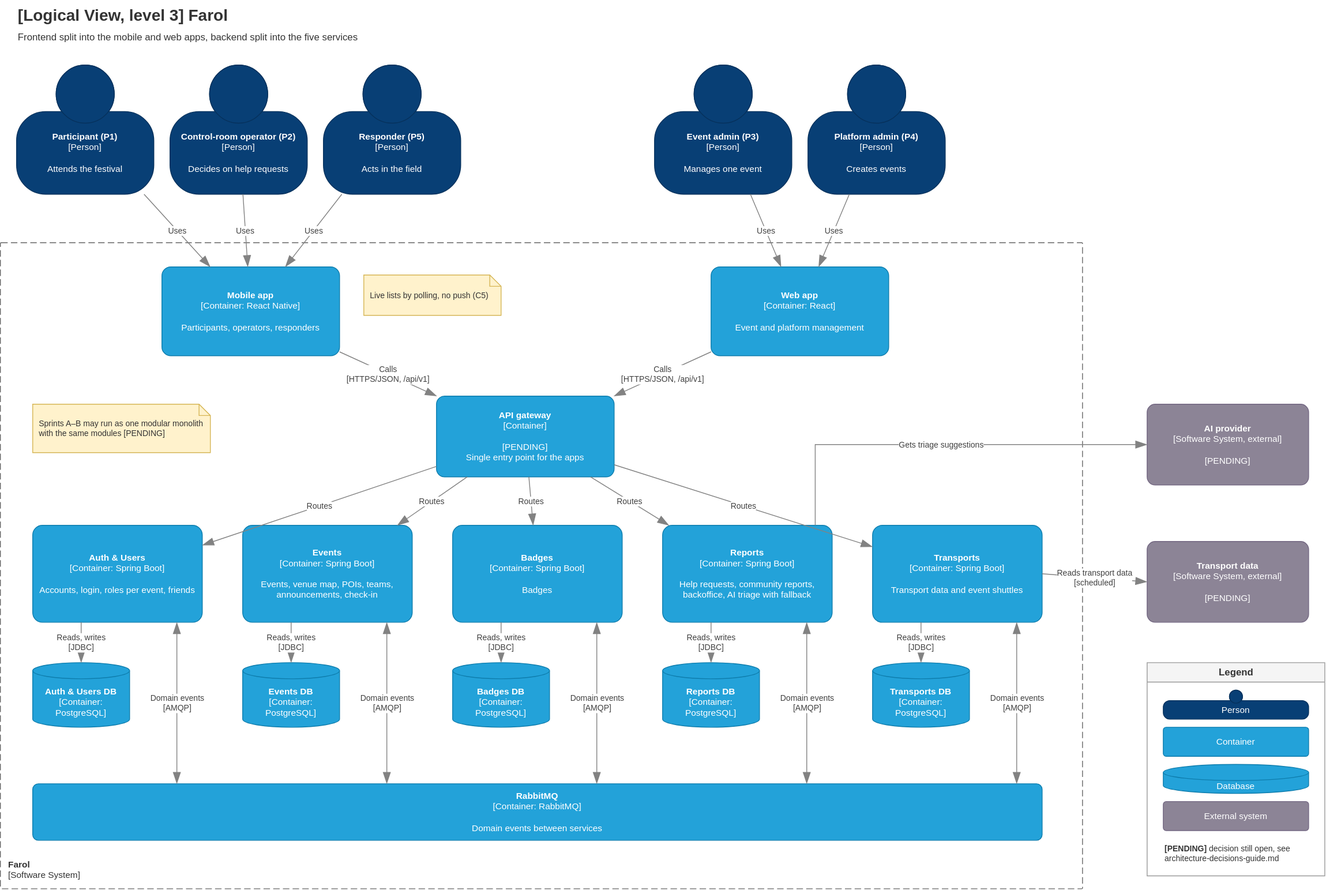
tomasoliveira21/LABDSOF keeps this draw.io diagram as Docs/Technical/diagrams/logical-view-level-3.drawio.svg. Above is the earlier version. Source tidied: cells renumbered, new cells last; positions are measured from the earlier drawing's top-left corner, leaving out a move shared by most shapes.
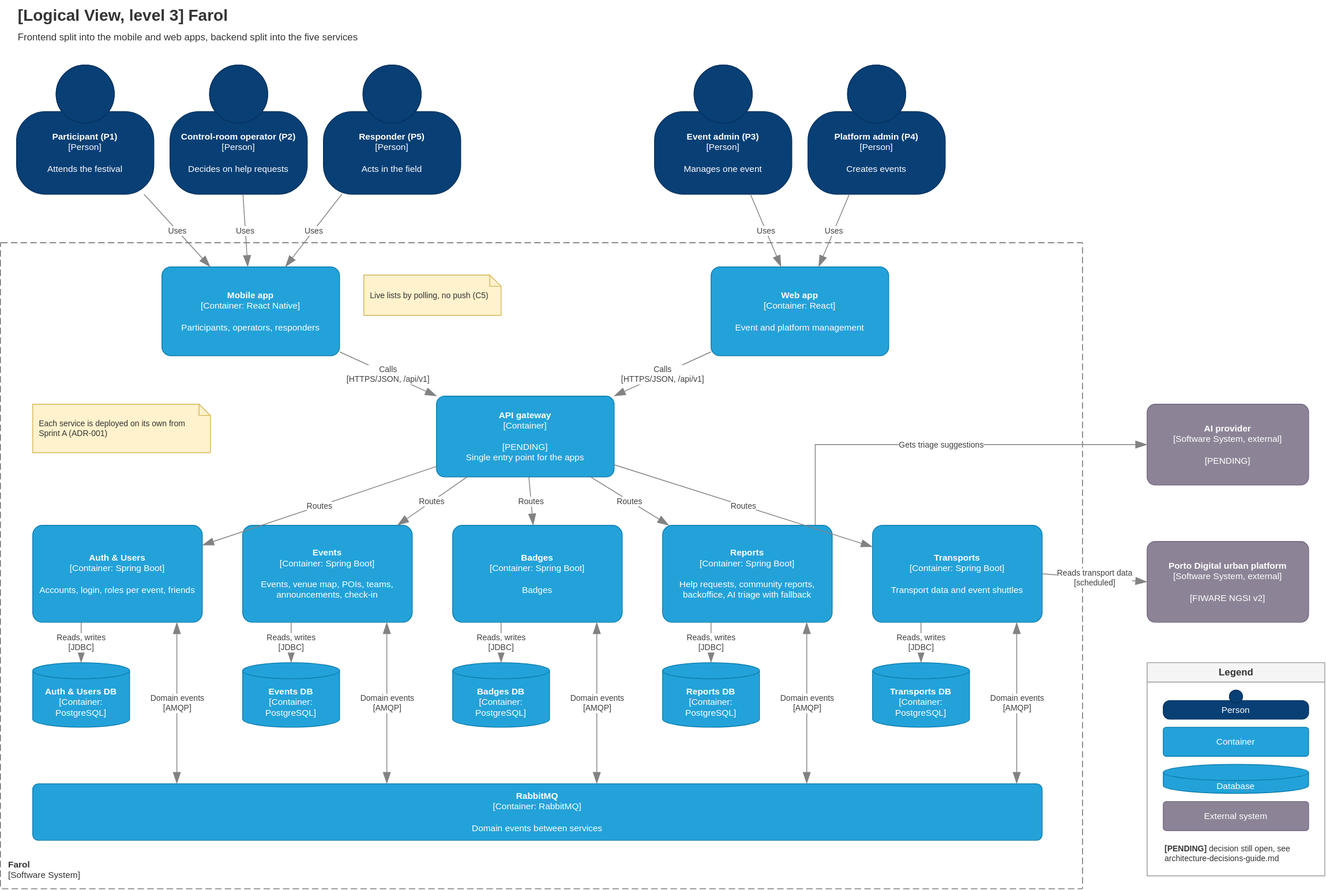
The same diagram one commit later.

The edit, as a diff of the source:
```diff
@@ -68,7 +68,7 @@
     <mxCell id="23" value="&lt;b&gt;AI provider&lt;/b&gt;&lt;div&gt;[Software System, external]&lt;/div&gt;&lt;br&gt;&lt;div&gt;[PENDING]&lt;/div&gt;" style="rounded=1;whiteSpace=wrap;html=1;fillColor=#8C8496;fontColor=#ffffff;arcSize=10;strokeColor=#736782;fontSize=11;" parent="1" vertex="1">
       <mxGeometry x="1420" y="500" width="200" height="100" as="geometry" />
     </mxCell>
-    <mxCell id="24" value="&lt;b&gt;Transport data&lt;/b&gt;&lt;div&gt;[Software System, external]&lt;/div&gt;&lt;br&gt;&lt;div&gt;[PENDING]&lt;/div&gt;" style="rounded=1;whiteSpace=wrap;html=1;fillColor=#8C8496;fontColor=#ffffff;arcSize=10;strokeColor=#736782;fontSize=11;" parent="1" vertex="1">
+    <mxCell id="24" value="&lt;b&gt;Porto Digital urban platform&lt;/b&gt;&lt;div&gt;[Software System, external]&lt;/div&gt;&lt;br&gt;&lt;div&gt;[FIWARE NGSI v2]&lt;/div&gt;" style="rounded=1;whiteSpace=wrap;html=1;fillColor=#8C8496;fontColor=#ffffff;arcSize=10;strokeColor=#736782;fontSize=11;" parent="1" vertex="1">
       <mxGeometry x="1420" y="670" width="200" height="100" as="geometry" />
     </mxCell>
     <mxCell id="25" value="Uses" style="endArrow=blockThin;html=1;fontSize=10;fontColor=#404040;endFill=1;strokeColor=#828282;endSize=12;rounded=0;labelBackgroundColor=#ffffff;" parent="1" edge="1" source="3" target="9">
@@ -146,7 +146,7 @@
     <mxCell id="49" value="Live lists by polling, no push (C5)" style="shape=note;size=14;whiteSpace=wrap;html=1;fillColor=#fff2cc;strokeColor=#d6b656;fontColor=#333333;align=left;spacing=8;fontSize=10;" parent="1" vertex="1">
       <mxGeometry x="450" y="340" width="170" height="50" as="geometry" />
     </mxCell>
-    <mxCell id="50" value="Sprints A–B may run as one modular monolith with the same modules [PENDING]" style="shape=note;size=14;whiteSpace=wrap;html=1;fillColor=#fff2cc;strokeColor=#d6b656;fontColor=#333333;align=left;spacing=8;fontSize=10;" parent="1" vertex="1">
+    <mxCell id="50" value="Each service is deployed on its own from Sprint A (ADR-001)" style="shape=note;size=14;whiteSpace=wrap;html=1;fillColor=#fff2cc;strokeColor=#d6b656;fontColor=#333333;align=left;spacing=8;fontSize=10;" parent="1" vertex="1">
       <mxGeometry x="40" y="500" width="220" height="60" as="geometry" />
     </mxCell>
     <mxCell id="51" value="&lt;b&gt;Legend&lt;/b&gt;" style="swimlane;startSize=24;html=1;fontSize=12;fillColor=#f5f5f5;strokeColor=#999999;fontColor=#333333;" parent="1" vertex="1">
```
